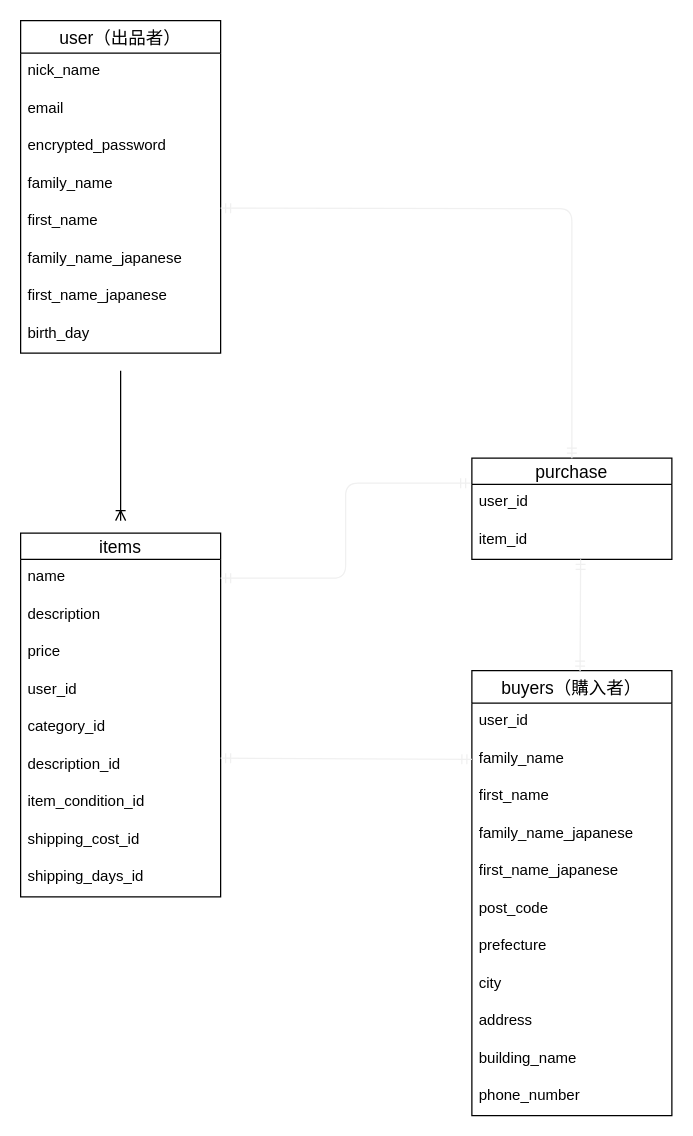
Before: test.dio in InuiRyoutaro/furima-34280, a draw.io diagram. Source tidied: cells renumbered, new cells numbered last; positions are measured from the earlier drawing's top-left corner, leaving out a move shared by most shapes. Both pictures are drawn from the tidied source at 125%, with x=0, y=0 at pixel (20, 20).
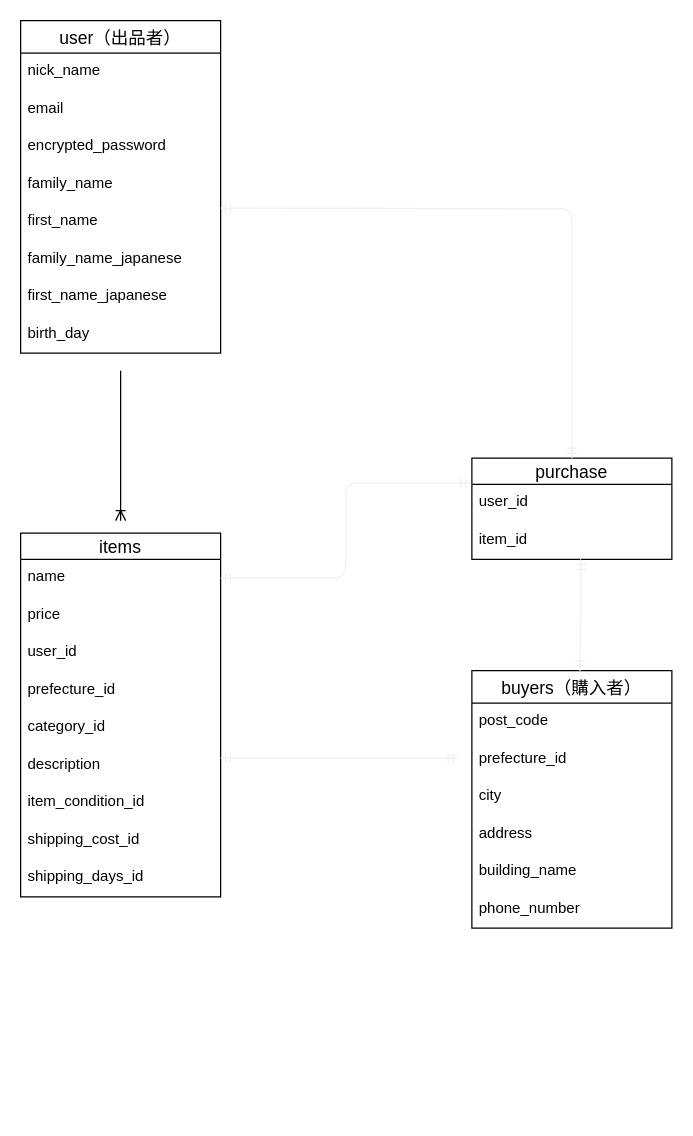
The same diagram, later.

Commit message (it also covers changes not shown here):
ER図及びREADME再修正

Unchanged cells that the change refers to:
```xml
<mxCell id="12" value="items" style="swimlane;fontStyle=0;horizontal=1;startSize=21;align=center;fontSize=14;" parent="1" vertex="1">
  <mxGeometry y="410" width="160" height="291" as="geometry" />
</mxCell>
```

What changed in the source:
```diff
@@
-    <mxCell id="14" value="description" style="text;strokeColor=none;fillColor=none;spacingLeft=4;spacingRight=4;overflow=hidden;fontSize=12;" parent="12" vertex="1">
-      <mxGeometry y="51" width="160" height="30" as="geometry" />
-    </mxCell>
     <mxCell id="15" value="price" style="text;strokeColor=none;fillColor=none;spacingLeft=4;spacingRight=4;overflow=hidden;fontSize=12;" parent="12" vertex="1">
-      <mxGeometry y="81" width="160" height="30" as="geometry" />
+      <mxGeometry y="51" width="160" height="30" as="geometry" />
     </mxCell>
     <mxCell id="16" value="user_id &#10;" style="text;strokeColor=none;fillColor=none;spacingLeft=4;spacingRight=4;overflow=hidden;fontSize=12;" parent="12" vertex="1">
-      <mxGeometry y="111" width="160" height="30" as="geometry" />
+      <mxGeometry y="81" width="160" height="30" as="geometry" />
     </mxCell>
+    <mxCell id="42" value="prefecture_id" style="text;strokeColor=none;fillColor=none;spacingLeft=4;spacingRight=4;overflow=hidden;fontSize=12;" parent="12" vertex="1">
+      <mxGeometry y="111" width="160" height="30" as="geometry" />
+    </mxCell>
@@
-    <mxCell id="18" value="description_id" style="text;strokeColor=none;fillColor=none;spacingLeft=4;spacingRight=4;overflow=hidden;fontSize=12;" parent="12" vertex="1">
+    <mxCell id="18" value="description" style="text;strokeColor=none;fillColor=none;spacingLeft=4;spacingRight=4;overflow=hidden;fontSize=12;" parent="12" vertex="1">
       <mxGeometry y="171" width="160" height="30" as="geometry" />
     </mxCell>
@@
     <mxCell id="22" value="buyers（購入者）" style="swimlane;fontStyle=0;horizontal=1;startSize=26;align=center;fontSize=14;" parent="1" vertex="1">
-      <mxGeometry x="361" y="520" width="160" height="356" as="geometry" />
+      <mxGeometry x="361" y="520" width="160" height="206" as="geometry" />
     </mxCell>
-    <mxCell id="23" value="user_id" style="text;strokeColor=none;fillColor=none;spacingLeft=4;spacingRight=4;overflow=hidden;fontSize=12;" parent="22" vertex="1">
-      <mxGeometry y="26" width="160" height="30" as="geometry" />
-    </mxCell>
-    <mxCell id="24" value="family_name" style="text;strokeColor=none;fillColor=none;spacingLeft=4;spacingRight=4;overflow=hidden;points=[[0,0.5],[1,0.5]];portConstraint=eastwest;fontSize=12;" parent="22" vertex="1">
-      <mxGeometry y="56" width="160" height="30" as="geometry" />
-    </mxCell>
-    <mxCell id="25" value="first_name" style="text;strokeColor=none;fillColor=none;spacingLeft=4;spacingRight=4;overflow=hidden;fontSize=12;" parent="22" vertex="1">
-      <mxGeometry y="86" width="160" height="30" as="geometry" />
-    </mxCell>
-    <mxCell id="26" value="family_name_japanese" style="text;strokeColor=none;fillColor=none;spacingLeft=4;spacingRight=4;overflow=hidden;fontSize=12;" parent="22" vertex="1">
-      <mxGeometry y="116" width="160" height="30" as="geometry" />
-    </mxCell>
-    <mxCell id="27" value="first_name_japanese" style="text;strokeColor=none;fillColor=none;spacingLeft=4;spacingRight=4;overflow=hidden;fontSize=12;" parent="22" vertex="1">
-      <mxGeometry y="146" width="160" height="30" as="geometry" />
-    </mxCell>
     <mxCell id="28" value="post_code" style="text;strokeColor=none;fillColor=none;spacingLeft=4;spacingRight=4;overflow=hidden;fontSize=12;" parent="22" vertex="1">
-      <mxGeometry y="176" width="160" height="30" as="geometry" />
+      <mxGeometry y="26" width="160" height="30" as="geometry" />
     </mxCell>
-    <mxCell id="29" value="prefecture" style="text;strokeColor=none;fillColor=none;spacingLeft=4;spacingRight=4;overflow=hidden;fontSize=12;" parent="22" vertex="1">
-      <mxGeometry y="206" width="160" height="30" as="geometry" />
+    <mxCell id="29" value="prefecture_id" style="text;strokeColor=none;fillColor=none;spacingLeft=4;spacingRight=4;overflow=hidden;fontSize=12;" parent="22" vertex="1">
+      <mxGeometry y="56" width="160" height="30" as="geometry" />
     </mxCell>
     <mxCell id="30" value="city&#10;&#10;" style="text;strokeColor=none;fillColor=none;spacingLeft=4;spacingRight=4;overflow=hidden;fontSize=12;" parent="22" vertex="1">
-      <mxGeometry y="236" width="160" height="30" as="geometry" />
+      <mxGeometry y="86" width="160" height="30" as="geometry" />
     </mxCell>
     <mxCell id="31" value="address" style="text;strokeColor=none;fillColor=none;spacingLeft=4;spacingRight=4;overflow=hidden;fontSize=12;" parent="22" vertex="1">
-      <mxGeometry y="266" width="160" height="30" as="geometry" />
+      <mxGeometry y="116" width="160" height="30" as="geometry" />
     </mxCell>
     <mxCell id="32" value="building_name&#10;" style="text;strokeColor=none;fillColor=none;spacingLeft=4;spacingRight=4;overflow=hidden;fontSize=12;" parent="22" vertex="1">
-      <mxGeometry y="296" width="160" height="30" as="geometry" />
+      <mxGeometry y="146" width="160" height="30" as="geometry" />
     </mxCell>
     <mxCell id="33" value="phone_number" style="text;strokeColor=none;fillColor=none;spacingLeft=4;spacingRight=4;overflow=hidden;fontSize=12;" parent="22" vertex="1">
-      <mxGeometry y="326" width="160" height="30" as="geometry" />
+      <mxGeometry y="176" width="160" height="30" as="geometry" />
     </mxCell>
@@
-    <mxCell id="38" style="fontSize=12;html=1;endArrow=ERmandOne;startArrow=ERmandOne;strokeColor=#f0f0f0;entryX=0;entryY=0.5;entryDx=0;entryDy=0;" parent="1" edge="1" target="24">
+    <mxCell id="38" style="fontSize=12;html=1;endArrow=ERmandOne;startArrow=ERmandOne;strokeColor=#f0f0f0;" parent="1" edge="1">
       <mxGeometry relative="1" as="geometry">
         <mxPoint x="160" y="590" as="sourcePoint" />
+        <mxPoint x="350" y="590" as="targetPoint" />
       </mxGeometry>
     </mxCell>
```
